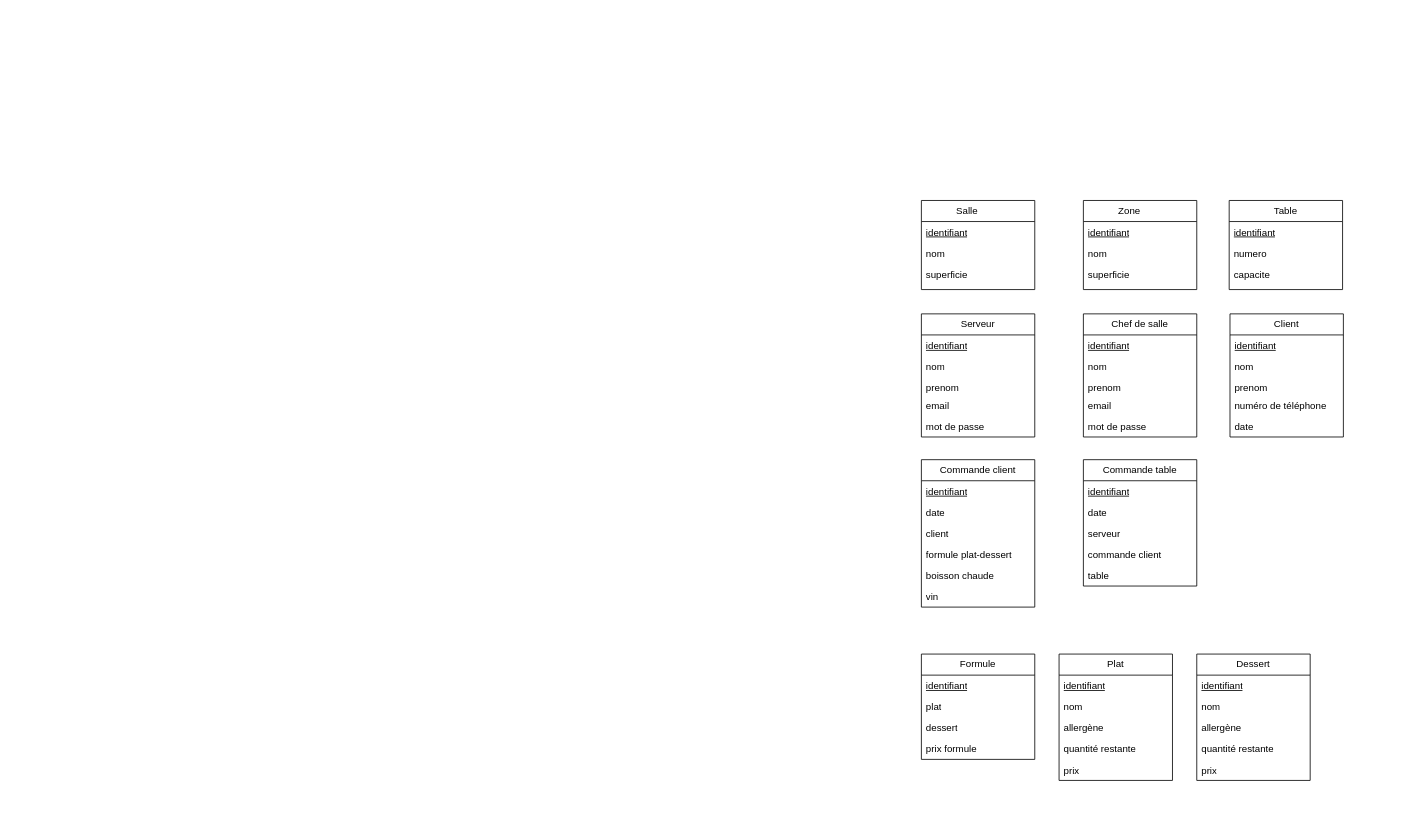
The draw.io diagram mcd.drawio in yassine-re/architechture-logicielle-restaurant, before the edit. Source tidied: cells renumbered, new cells numbered last; positions are measured from the earlier drawing's top-left corner, leaving out a move shared by most shapes. Both pictures are drawn from the tidied source at 81%, with x=0, y=0 at pixel (921, 200).
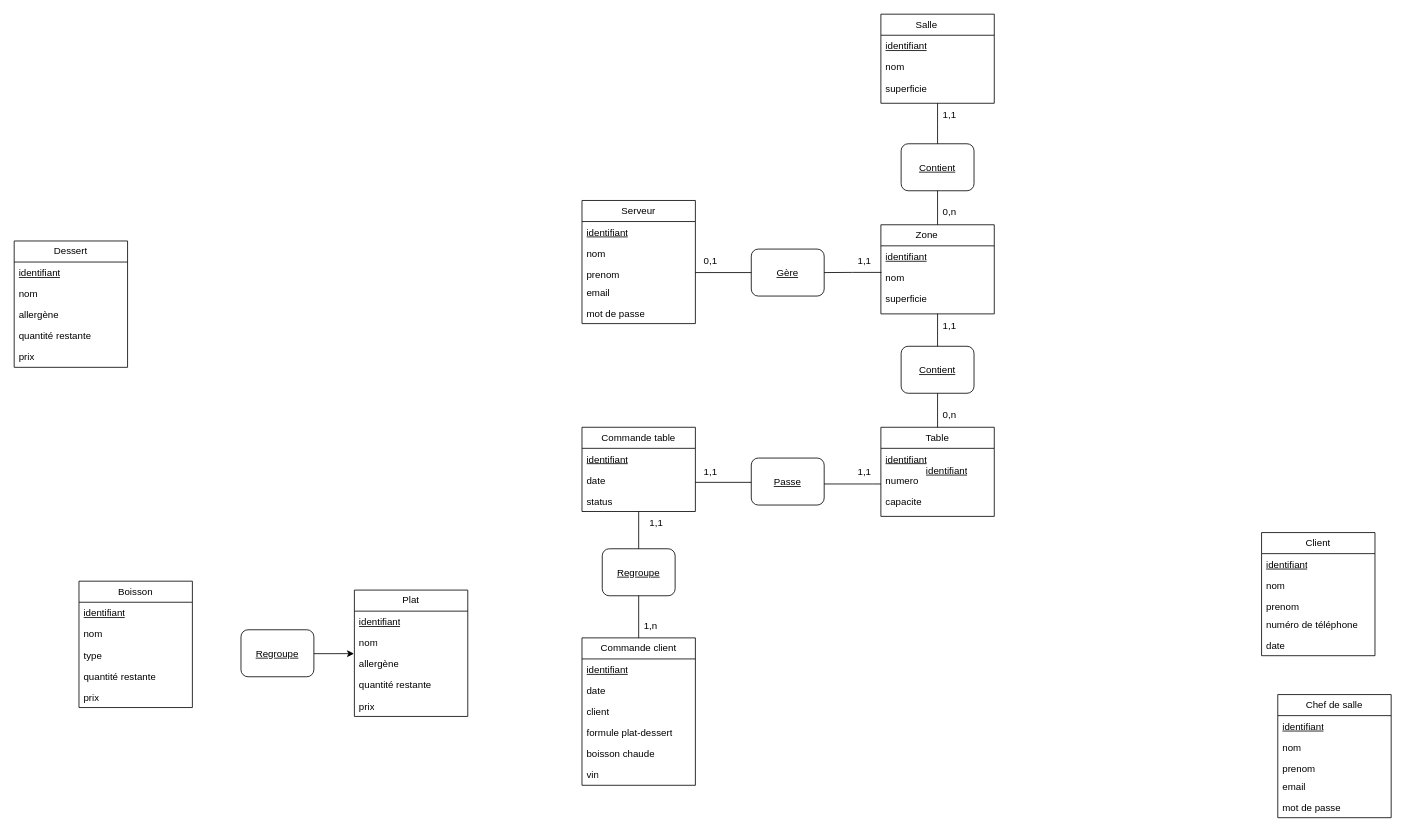
Above is the later version.

Commit message:
Mettre à jour mcd.drawio

The change refers to these unchanged cells:
```xml
<mxCell id="8" value="nom&amp;nbsp;" style="text;strokeColor=none;fillColor=none;align=left;verticalAlign=top;spacingLeft=4;spacingRight=4;overflow=hidden;points=[[0,0.5],[1,0.5]];portConstraint=eastwest;whiteSpace=wrap;html=1;" parent="6" vertex="1">
  <mxGeometry y="52" width="140" height="26" as="geometry" />
</mxCell>
<mxCell id="12" value="numero" style="text;strokeColor=none;fillColor=none;align=left;verticalAlign=top;spacingLeft=4;spacingRight=4;overflow=hidden;points=[[0,0.5],[1,0.5]];portConstraint=eastwest;whiteSpace=wrap;html=1;" parent="10" vertex="1">
  <mxGeometry y="52" width="140" height="26" as="geometry" />
</mxCell>
<mxCell id="17" value="prenom" style="text;strokeColor=none;fillColor=none;align=left;verticalAlign=top;spacingLeft=4;spacingRight=4;overflow=hidden;points=[[0,0.5],[1,0.5]];portConstraint=eastwest;whiteSpace=wrap;html=1;" parent="14" vertex="1">
  <mxGeometry y="78" width="140" height="22" as="geometry" />
</mxCell>
<mxCell id="53" value="allergène" style="text;strokeColor=none;fillColor=none;align=left;verticalAlign=top;spacingLeft=4;spacingRight=4;overflow=hidden;points=[[0,0.5],[1,0.5]];portConstraint=eastwest;whiteSpace=wrap;html=1;" parent="50" vertex="1">
  <mxGeometry y="78" width="140" height="26" as="geometry" />
</mxCell>
```

Change to the diagram source:
```diff
@@
     <mxCell id="2" value="Salle&lt;span style=&quot;white-space: pre;&quot;&gt;&#9;&lt;/span&gt;" style="swimlane;fontStyle=0;horizontal=1;startSize=26;fillColor=none;whiteSpace=wrap;html=1;" parent="1" vertex="1">
-      <mxGeometry width="140" height="110" as="geometry" />
+      <mxGeometry x="-50" y="-230" width="140" height="110" as="geometry" />
     </mxCell>
@@
     <mxCell id="6" value="Zone&amp;nbsp;&lt;span style=&quot;white-space: pre;&quot;&gt;&#9;&lt;/span&gt;" style="swimlane;fontStyle=0;horizontal=1;startSize=26;fillColor=none;whiteSpace=wrap;html=1;" parent="1" vertex="1">
-      <mxGeometry x="200" width="140" height="110" as="geometry" />
+      <mxGeometry x="-50" y="30" width="140" height="110" as="geometry" />
     </mxCell>
@@
     <mxCell id="10" value="Table" style="swimlane;fontStyle=0;horizontal=1;startSize=26;fillColor=none;whiteSpace=wrap;html=1;" parent="1" vertex="1">
-      <mxGeometry x="380" width="140" height="110" as="geometry" />
+      <mxGeometry x="-50" y="280" width="140" height="110" as="geometry" />
     </mxCell>
@@
     <mxCell id="14" value="Serveur" style="swimlane;fontStyle=0;horizontal=1;startSize=26;fillColor=none;whiteSpace=wrap;html=1;" parent="1" vertex="1">
-      <mxGeometry y="140" width="140" height="152" as="geometry" />
+      <mxGeometry x="-419" width="140" height="152" as="geometry" />
     </mxCell>
@@
     <mxCell id="20" value="Chef de salle" style="swimlane;fontStyle=0;horizontal=1;startSize=26;fillColor=none;whiteSpace=wrap;html=1;" parent="1" vertex="1">
-      <mxGeometry x="200" y="140" width="140" height="152" as="geometry" />
+      <mxGeometry x="440" y="610" width="140" height="152" as="geometry" />
     </mxCell>
@@
     <mxCell id="26" value="Client" style="swimlane;fontStyle=0;horizontal=1;startSize=26;fillColor=none;whiteSpace=wrap;html=1;" parent="1" vertex="1">
-      <mxGeometry x="381" y="140" width="140" height="152" as="geometry" />
+      <mxGeometry x="420" y="410" width="140" height="152" as="geometry" />
     </mxCell>
@@
+    <mxCell id="62" style="edgeStyle=orthogonalEdgeStyle;rounded=0;jettySize=auto;html=1;entryX=0.5;entryY=1;entryDx=0;entryDy=0;endArrow=none;endFill=0;" parent="1" edge="1" source="32" target="85">
+      <mxGeometry relative="1" as="geometry" />
+    </mxCell>
     <mxCell id="32" value="Commande client" style="swimlane;fontStyle=0;horizontal=1;startSize=26;fillColor=none;whiteSpace=wrap;html=1;" parent="1" vertex="1">
-      <mxGeometry y="320" width="140" height="182" as="geometry" />
+      <mxGeometry x="-419" y="540" width="140" height="182" as="geometry" />
     </mxCell>
@@
     <mxCell id="39" value="Commande table" style="swimlane;fontStyle=0;horizontal=1;startSize=26;fillColor=none;whiteSpace=wrap;html=1;" parent="1" vertex="1">
-      <mxGeometry x="200" y="320" width="140" height="156" as="geometry" />
+      <mxGeometry x="-419" y="280" width="140" height="104" as="geometry" />
     </mxCell>
@@
-    <mxCell id="42" value="serveur" style="text;strokeColor=none;fillColor=none;align=left;verticalAlign=top;spacingLeft=4;spacingRight=4;overflow=hidden;whiteSpace=wrap;html=1;" parent="39" vertex="1">
-      <mxGeometry y="78" width="140" height="26" as="geometry" />
-    </mxCell>
-    <mxCell id="43" value="commande client" style="text;strokeColor=none;fillColor=none;align=left;verticalAlign=top;spacingLeft=4;spacingRight=4;overflow=hidden;whiteSpace=wrap;html=1;" parent="39" vertex="1">
-      <mxGeometry y="104" width="140" height="26" as="geometry" />
+    <mxCell id="43" value="status" style="text;strokeColor=none;fillColor=none;align=left;verticalAlign=top;spacingLeft=4;spacingRight=4;overflow=hidden;whiteSpace=wrap;html=1;" parent="39" vertex="1">
+      <mxGeometry y="78" width="140" height="26" as="geometry" />
     </mxCell>
-    <mxCell id="44" value="table" style="text;strokeColor=none;fillColor=none;align=left;verticalAlign=top;spacingLeft=4;spacingRight=4;overflow=hidden;whiteSpace=wrap;html=1;" parent="39" vertex="1">
-      <mxGeometry y="130" width="140" height="26" as="geometry" />
-    </mxCell>
-    <mxCell id="45" value="Formule" style="swimlane;fontStyle=0;horizontal=1;startSize=26;fillColor=none;whiteSpace=wrap;html=1;" parent="1" vertex="1">
-      <mxGeometry y="560" width="140" height="130" as="geometry" />
-    </mxCell>
-    <mxCell id="46" value="&lt;u&gt;identifiant&lt;/u&gt;" style="text;strokeColor=none;fillColor=none;align=left;verticalAlign=top;spacingLeft=4;spacingRight=4;overflow=hidden;whiteSpace=wrap;html=1;" parent="45" vertex="1">
-      <mxGeometry y="26" width="140" height="26" as="geometry" />
-    </mxCell>
-    <mxCell id="47" value="plat" style="text;strokeColor=none;fillColor=none;align=left;verticalAlign=top;spacingLeft=4;spacingRight=4;overflow=hidden;whiteSpace=wrap;html=1;" parent="45" vertex="1">
-      <mxGeometry y="52" width="140" height="26" as="geometry" />
-    </mxCell>
-    <mxCell id="48" value="dessert" style="text;strokeColor=none;fillColor=none;align=left;verticalAlign=top;spacingLeft=4;spacingRight=4;overflow=hidden;whiteSpace=wrap;html=1;" parent="45" vertex="1">
-      <mxGeometry y="78" width="140" height="26" as="geometry" />
-    </mxCell>
-    <mxCell id="49" value="prix formule" style="text;strokeColor=none;fillColor=none;align=left;verticalAlign=top;spacingLeft=4;spacingRight=4;overflow=hidden;whiteSpace=wrap;html=1;" parent="45" vertex="1">
-      <mxGeometry y="104" width="140" height="26" as="geometry" />
-    </mxCell>
     <mxCell id="50" value="Plat" style="swimlane;fontStyle=0;horizontal=1;startSize=26;fillColor=none;whiteSpace=wrap;html=1;" parent="1" vertex="1">
-      <mxGeometry x="170" y="560" width="140" height="156" as="geometry" />
+      <mxGeometry x="-700" y="481" width="140" height="156" as="geometry" />
     </mxCell>
@@
     <mxCell id="56" value="Dessert" style="swimlane;fontStyle=0;horizontal=1;startSize=26;fillColor=none;whiteSpace=wrap;html=1;" parent="1" vertex="1">
-      <mxGeometry x="340" y="560" width="140" height="156" as="geometry" />
+      <mxGeometry x="-1120" y="50" width="140" height="156" as="geometry" />
     </mxCell>
-    <mxCell id="57" value="&lt;u&gt;identifiant&lt;/u&gt;" style="text;strokeColor=none;fillColor=none;align=left;verticalAlign=top;spacingLeft=4;spacingRight=4;overflow=hidden;whiteSpace=wrap;html=1;" parent="56" vertex="1">
-      <mxGeometry y="26" width="140" height="26" as="geometry" />
-    </mxCell>
-    <mxCell id="58" value="nom" style="text;strokeColor=none;fillColor=none;align=left;verticalAlign=top;spacingLeft=4;spacingRight=4;overflow=hidden;whiteSpace=wrap;html=1;" parent="56" vertex="1">
-      <mxGeometry y="52" width="140" height="26" as="geometry" />
+    <mxCell id="58" value="&lt;u&gt;identifiant&lt;/u&gt;" style="text;strokeColor=none;fillColor=none;align=left;verticalAlign=top;spacingLeft=4;spacingRight=4;overflow=hidden;whiteSpace=wrap;html=1;" parent="56" vertex="1">
+      <mxGeometry y="26" width="140" height="26" as="geometry" />
     </mxCell>
+    <mxCell id="63" value="nom" style="text;strokeColor=none;fillColor=none;align=left;verticalAlign=top;spacingLeft=4;spacingRight=4;overflow=hidden;whiteSpace=wrap;html=1;" parent="56" vertex="1">
+      <mxGeometry y="52" width="140" height="26" as="geometry" />
+    </mxCell>
@@
+    <mxCell id="64" value="&lt;div style=&quot;line-height: 0%;&quot;&gt;&lt;font&gt;&lt;u style=&quot;line-height: 200%;&quot;&gt;Gère&lt;/u&gt;&lt;/font&gt;&lt;/div&gt;" style="rounded=1;whiteSpace=wrap;html=1;fillColor=none;align=center;" parent="1" vertex="1">
+      <mxGeometry x="-210" y="60" width="90" height="58" as="geometry" />
+    </mxCell>
+    <mxCell id="65" style="edgeStyle=orthogonalEdgeStyle;rounded=0;jettySize=auto;html=1;entryX=0;entryY=0.5;entryDx=0;entryDy=0;endArrow=none;endFill=0;" parent="1" edge="1" source="17" target="64">
+      <mxGeometry relative="1" as="geometry" />
+    </mxCell>
+    <mxCell id="66" style="edgeStyle=orthogonalEdgeStyle;rounded=0;jettySize=auto;html=1;exitX=0.005;exitY=0.261;exitDx=0;exitDy=0;endArrow=none;endFill=0;exitPerimeter=0;" parent="1" edge="1" source="8" target="64">
+      <mxGeometry relative="1" as="geometry" />
+    </mxCell>
+    <mxCell id="67" value="1,1" style="text;html=1;whiteSpace=wrap;strokeColor=none;fillColor=none;align=center;verticalAlign=middle;rounded=0;" parent="1" vertex="1">
+      <mxGeometry x="-100" y="60" width="60" height="30" as="geometry" />
+    </mxCell>
+    <mxCell id="68" value="0,1" style="text;html=1;whiteSpace=wrap;strokeColor=none;fillColor=none;align=center;verticalAlign=middle;rounded=0;" parent="1" vertex="1">
+      <mxGeometry x="-290" y="60" width="60" height="30" as="geometry" />
+    </mxCell>
+    <mxCell id="69" style="edgeStyle=orthogonalEdgeStyle;rounded=0;jettySize=auto;html=1;endArrow=none;endFill=0;" parent="1" edge="1" source="71">
+      <mxGeometry relative="1" as="geometry">
+        <mxPoint x="20" y="-120" as="targetPoint" />
+      </mxGeometry>
+    </mxCell>
+    <mxCell id="70" style="edgeStyle=orthogonalEdgeStyle;rounded=0;jettySize=auto;html=1;entryX=0.5;entryY=0;entryDx=0;entryDy=0;endArrow=none;endFill=0;" parent="1" edge="1" source="71" target="6">
+      <mxGeometry relative="1" as="geometry" />
+    </mxCell>
+    <mxCell id="71" value="&lt;div style=&quot;line-height: 0%;&quot;&gt;&lt;font&gt;&lt;u style=&quot;line-height: 200%;&quot;&gt;Contient&lt;/u&gt;&lt;/font&gt;&lt;/div&gt;" style="rounded=1;whiteSpace=wrap;html=1;fillColor=none;align=center;" parent="1" vertex="1">
+      <mxGeometry x="-25" y="-70" width="90" height="58" as="geometry" />
+    </mxCell>
+    <mxCell id="72" value="0,n" style="text;html=1;whiteSpace=wrap;strokeColor=none;fillColor=none;align=center;verticalAlign=middle;rounded=0;" parent="1" vertex="1">
+      <mxGeometry x="5" width="60" height="30" as="geometry" />
+    </mxCell>
+    <mxCell id="73" value="1,1" style="text;html=1;whiteSpace=wrap;strokeColor=none;fillColor=none;align=center;verticalAlign=middle;rounded=0;" parent="1" vertex="1">
+      <mxGeometry x="5" y="-120" width="60" height="30" as="geometry" />
+    </mxCell>
+    <mxCell id="74" style="edgeStyle=orthogonalEdgeStyle;rounded=0;jettySize=auto;html=1;entryX=0.5;entryY=0;entryDx=0;entryDy=0;endArrow=none;endFill=0;" parent="1" edge="1" source="76" target="10">
+      <mxGeometry relative="1" as="geometry" />
+    </mxCell>
+    <mxCell id="75" style="edgeStyle=orthogonalEdgeStyle;rounded=0;jettySize=auto;html=1;entryX=0.5;entryY=1;entryDx=0;entryDy=0;endArrow=none;endFill=0;" parent="1" edge="1" source="76" target="6">
+      <mxGeometry relative="1" as="geometry" />
+    </mxCell>
+    <mxCell id="76" value="&lt;div style=&quot;line-height: 0%;&quot;&gt;&lt;font&gt;&lt;u style=&quot;line-height: 200%;&quot;&gt;Contient&lt;/u&gt;&lt;/font&gt;&lt;/div&gt;" style="rounded=1;whiteSpace=wrap;html=1;fillColor=none;align=center;" parent="1" vertex="1">
+      <mxGeometry x="-25" y="180" width="90" height="58" as="geometry" />
+    </mxCell>
+    <mxCell id="77" value="0,n" style="text;html=1;whiteSpace=wrap;strokeColor=none;fillColor=none;align=center;verticalAlign=middle;rounded=0;" parent="1" vertex="1">
+      <mxGeometry x="5" y="250" width="60" height="30" as="geometry" />
+    </mxCell>
+    <mxCell id="78" value="1,1" style="text;html=1;whiteSpace=wrap;strokeColor=none;fillColor=none;align=center;verticalAlign=middle;rounded=0;" parent="1" vertex="1">
+      <mxGeometry x="5" y="140" width="60" height="30" as="geometry" />
+    </mxCell>
+    <mxCell id="79" style="edgeStyle=orthogonalEdgeStyle;rounded=0;jettySize=auto;html=1;entryX=1;entryY=0.5;entryDx=0;entryDy=0;endArrow=none;endFill=0;" parent="1" edge="1" source="80">
+      <mxGeometry relative="1" as="geometry">
+        <mxPoint x="-279" y="348" as="targetPoint" />
+        <Array as="points">
+          <mxPoint x="-190" y="348" />
+          <mxPoint x="-190" y="348" />
+        </Array>
+      </mxGeometry>
+    </mxCell>
+    <mxCell id="80" value="&lt;div style=&quot;line-height: 0%;&quot;&gt;&lt;font&gt;&lt;u style=&quot;line-height: 200%;&quot;&gt;Passe&lt;/u&gt;&lt;/font&gt;&lt;/div&gt;" style="rounded=1;whiteSpace=wrap;html=1;fillColor=none;align=center;" parent="1" vertex="1">
+      <mxGeometry x="-210" y="318" width="90" height="58" as="geometry" />
+    </mxCell>
+    <mxCell id="81" style="edgeStyle=orthogonalEdgeStyle;rounded=0;jettySize=auto;html=1;endArrow=none;endFill=0;" parent="1" edge="1" source="12" target="80">
+      <mxGeometry relative="1" as="geometry">
+        <Array as="points">
+          <mxPoint x="-60" y="350" />
+          <mxPoint x="-60" y="350" />
+        </Array>
+      </mxGeometry>
+    </mxCell>
+    <mxCell id="82" value="1,1" style="text;html=1;whiteSpace=wrap;strokeColor=none;fillColor=none;align=center;verticalAlign=middle;rounded=0;" parent="1" vertex="1">
+      <mxGeometry x="-290" y="320" width="60" height="30" as="geometry" />
+    </mxCell>
+    <mxCell id="83" value="1,1" style="text;html=1;whiteSpace=wrap;strokeColor=none;fillColor=none;align=center;verticalAlign=middle;rounded=0;" parent="1" vertex="1">
+      <mxGeometry x="-100" y="320" width="60" height="30" as="geometry" />
+    </mxCell>
+    <mxCell id="84" style="edgeStyle=orthogonalEdgeStyle;rounded=0;jettySize=auto;html=1;entryX=0.5;entryY=1;entryDx=0;entryDy=0;endArrow=none;endFill=0;" parent="1" edge="1" source="85" target="39">
+      <mxGeometry relative="1" as="geometry" />
+    </mxCell>
+    <mxCell id="85" value="&lt;div style=&quot;line-height: 0%;&quot;&gt;&lt;font&gt;&lt;u style=&quot;line-height: 200%;&quot;&gt;Regroupe&lt;/u&gt;&lt;/font&gt;&lt;/div&gt;" style="rounded=1;whiteSpace=wrap;html=1;fillColor=none;align=center;" parent="1" vertex="1">
+      <mxGeometry x="-394" y="430" width="90" height="58" as="geometry" />
+    </mxCell>
+    <mxCell id="86" value="1,n" style="text;html=1;whiteSpace=wrap;strokeColor=none;fillColor=none;align=center;verticalAlign=middle;rounded=0;" parent="1" vertex="1">
+      <mxGeometry x="-364" y="510" width="60" height="30" as="geometry" />
+    </mxCell>
+    <mxCell id="87" value="1,1" style="text;html=1;whiteSpace=wrap;strokeColor=none;fillColor=none;align=center;verticalAlign=middle;rounded=0;" parent="1" vertex="1">
+      <mxGeometry x="-357" y="384" width="60" height="30" as="geometry" />
+    </mxCell>
+    <mxCell id="57" value="&lt;u&gt;identifiant&lt;/u&gt;" style="text;strokeColor=none;fillColor=none;align=left;verticalAlign=top;spacingLeft=4;spacingRight=4;overflow=hidden;whiteSpace=wrap;html=1;" parent="1" vertex="1">
+      <mxGeometry y="320" width="140" height="26" as="geometry" />
+    </mxCell>
+    <mxCell id="88" value="Boisson" style="swimlane;fontStyle=0;horizontal=1;startSize=26;fillColor=none;whiteSpace=wrap;html=1;" parent="1" vertex="1">
+      <mxGeometry x="-1040" y="470" width="140" height="156" as="geometry" />
+    </mxCell>
+    <mxCell id="46" value="&lt;u&gt;identifiant&lt;/u&gt;" style="text;strokeColor=none;fillColor=none;align=left;verticalAlign=top;spacingLeft=4;spacingRight=4;overflow=hidden;whiteSpace=wrap;html=1;" parent="88" vertex="1">
+      <mxGeometry y="26" width="140" height="26" as="geometry" />
+    </mxCell>
+    <mxCell id="89" value="nom" style="text;strokeColor=none;fillColor=none;align=left;verticalAlign=top;spacingLeft=4;spacingRight=4;overflow=hidden;whiteSpace=wrap;html=1;" parent="88" vertex="1">
+      <mxGeometry y="52" width="140" height="26" as="geometry" />
+    </mxCell>
+    <mxCell id="90" value="type" style="text;strokeColor=none;fillColor=none;align=left;verticalAlign=top;spacingLeft=4;spacingRight=4;overflow=hidden;whiteSpace=wrap;html=1;" parent="88" vertex="1">
+      <mxGeometry y="78" width="140" height="26" as="geometry" />
+    </mxCell>
+    <mxCell id="91" value="quantité restante" style="text;strokeColor=none;fillColor=none;align=left;verticalAlign=top;spacingLeft=4;spacingRight=4;overflow=hidden;whiteSpace=wrap;html=1;" parent="88" vertex="1">
+      <mxGeometry y="104" width="140" height="26" as="geometry" />
+    </mxCell>
+    <mxCell id="92" value="prix" style="text;strokeColor=none;fillColor=none;align=left;verticalAlign=top;spacingLeft=4;spacingRight=4;overflow=hidden;whiteSpace=wrap;html=1;" parent="88" vertex="1">
+      <mxGeometry y="130" width="140" height="26" as="geometry" />
+    </mxCell>
+    <mxCell id="93" style="edgeStyle=orthogonalEdgeStyle;rounded=0;jettySize=auto;html=1;entryX=-0.003;entryY=0.018;entryDx=0;entryDy=0;entryPerimeter=0;" parent="1" edge="1" source="94" target="53">
+      <mxGeometry relative="1" as="geometry">
+        <Array as="points">
+          <mxPoint x="-725" y="559" />
+        </Array>
+      </mxGeometry>
+    </mxCell>
+    <mxCell id="94" value="&lt;div style=&quot;line-height: 0%;&quot;&gt;&lt;font&gt;&lt;u style=&quot;line-height: 200%;&quot;&gt;Regroupe&lt;/u&gt;&lt;/font&gt;&lt;/div&gt;" style="rounded=1;whiteSpace=wrap;html=1;fillColor=none;align=center;" parent="1" vertex="1">
+      <mxGeometry x="-840" y="530" width="90" height="58" as="geometry" />
+    </mxCell>
```
